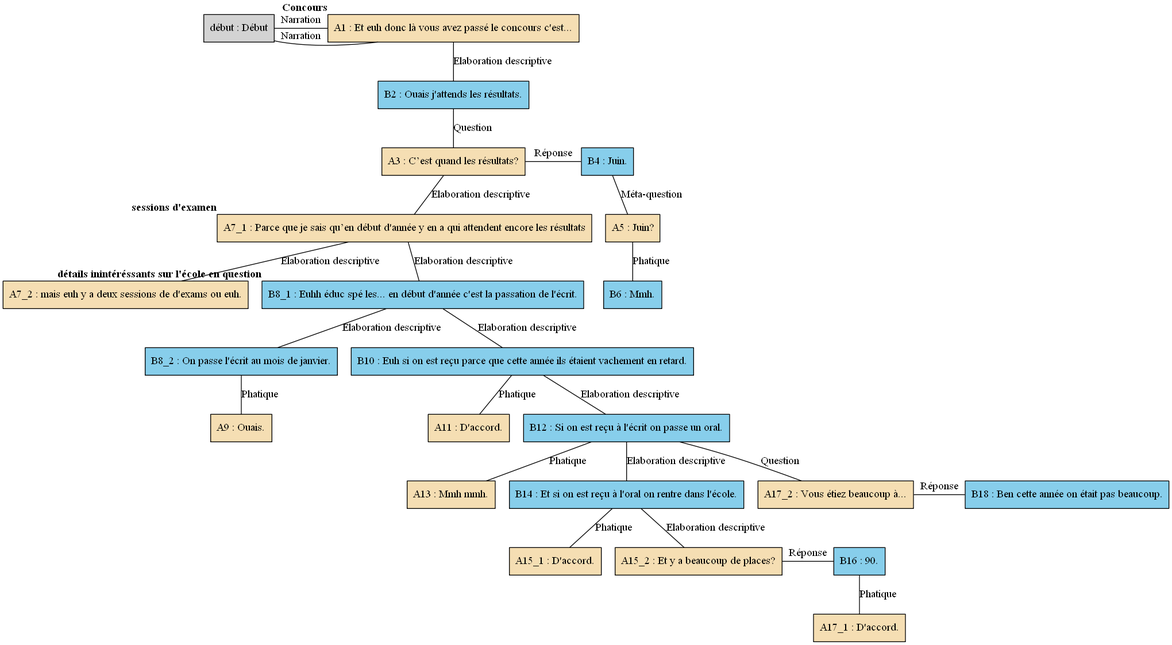
Before: arbres/Concours/Concours_-_E13.gv.png, a diagram exported from Graphviz (AlaixComet/AnnotationSlamPTut). Its source is kept beside it as arbres/Concours/Concours_-_E13.gv. The source it was exported from:
```dot
digraph E13 {
	node [shape=box style=filled]
	"début" [label="début : Début" xlabel=""]
	A1 [label="A1 : Et euh donc là vous avez passé le concours c'est..." fillcolor=wheat xlabel=<<B>Concours</B>>]
	B2 [label="B2 : Ouais j'attends les résultats." fillcolor=skyblue xlabel=""]
	A3 [label="A3 : C’est quand les résultats?" fillcolor=wheat xlabel=""]
	B4 [label="B4 : Juin." fillcolor=skyblue xlabel=""]
	A5 [label="A5 : Juin?" fillcolor=wheat xlabel=""]
	B6 [label="B6 : Mmh." fillcolor=skyblue xlabel=""]
	A7_1 [label="A7_1 : Parce que je sais qu’en début d'année y en a qui attendent encore les résultats" fillcolor=wheat xlabel=<<B>sessions d'examen</B>>]
	A7_2 [label="A7_2 : mais euh y a deux sessions de d'exams ou euh." fillcolor=wheat xlabel=""]
	B8_1 [label="B8_1 : Euhh éduc spé les... en début d'année c'est la passation de l'écrit." fillcolor=skyblue xlabel=<<B>détails inintéréssants sur l'école en question</B>>]
	B8_2 [label="B8_2 : On passe l'écrit au mois de janvier." fillcolor=skyblue xlabel=""]
	A9 [label="A9 : Ouais." fillcolor=wheat xlabel=""]
	B10 [label="B10 : Euh si on est reçu parce que cette année ils étaient vachement en retard." fillcolor=skyblue xlabel=""]
	A11 [label="A11 : D'accord." fillcolor=wheat xlabel=""]
	B12 [label="B12 : Si on est reçu à l'écrit on passe un oral." fillcolor=skyblue xlabel=""]
	A13 [label="A13 : Mmh mmh." fillcolor=wheat xlabel=""]
	B14 [label="B14 : Et si on est reçu à l'oral on rentre dans l'école." fillcolor=skyblue xlabel=""]
	A15_1 [label="A15_1 : D'accord." fillcolor=wheat xlabel=""]
	A15_2 [label="A15_2 : Et y a beaucoup de places?" fillcolor=wheat xlabel=""]
	B16 [label="B16 : 90." fillcolor=skyblue xlabel=""]
	A17_1 [label="A17_1 : D'accord." fillcolor=wheat xlabel=""]
	A17_2 [label="A17_2 : Vous étiez beaucoup à..." fillcolor=wheat xlabel=""]
	B18 [label="B18 : Ben cette année on était pas beaucoup." fillcolor=skyblue xlabel=""]
	{
		rank=same
		"début"
		A1
		"début" -> A1 [label=Narration dir=none]
	}
	{
		rank=same
		"début"
		A1
		"début" -> A1 [label=Narration dir=none]
	}
	A1 -> B2 [label="Elaboration descriptive" dir=none]
	B2 -> A3 [label=Question dir=none]
	{
		rank=same
		A3
		B4
		A3 -> B4 [label="Réponse" dir=none]
	}
	B4 -> A5 [label="Méta-question" dir=none]
	A5 -> B6 [label=Phatique dir=none]
	A3 -> A7_1 [label="Elaboration descriptive" dir=none]
	A7_1 -> A7_2 [label="Elaboration descriptive" dir=none]
	A7_1 -> B8_1 [label="Elaboration descriptive" dir=none]
	B8_1 -> B8_2 [label="Elaboration descriptive" dir=none]
	B8_2 -> A9 [label=Phatique dir=none]
	B8_1 -> B10 [label="Elaboration descriptive" dir=none]
	B10 -> A11 [label=Phatique dir=none]
	B12 -> A13 [label=Phatique dir=none]
	B14 -> A15_1 [label=Phatique dir=none]
	B16 -> A17_1 [label=Phatique dir=none]
	B10 -> B12 [label="Elaboration descriptive" dir=none]
	B12 -> B14 [label="Elaboration descriptive" dir=none]
	B14 -> A15_2 [label="Elaboration descriptive" dir=none]
	B12 -> A17_2 [label=Question dir=none]
	{
		rank=same
		A17_2
		B18
		A17_2 -> B18 [label="Réponse" dir=none]
	}
	{
		rank=same
		A15_2
		B16
		A15_2 -> B16 [label="Réponse" dir=none]
	}
}
```
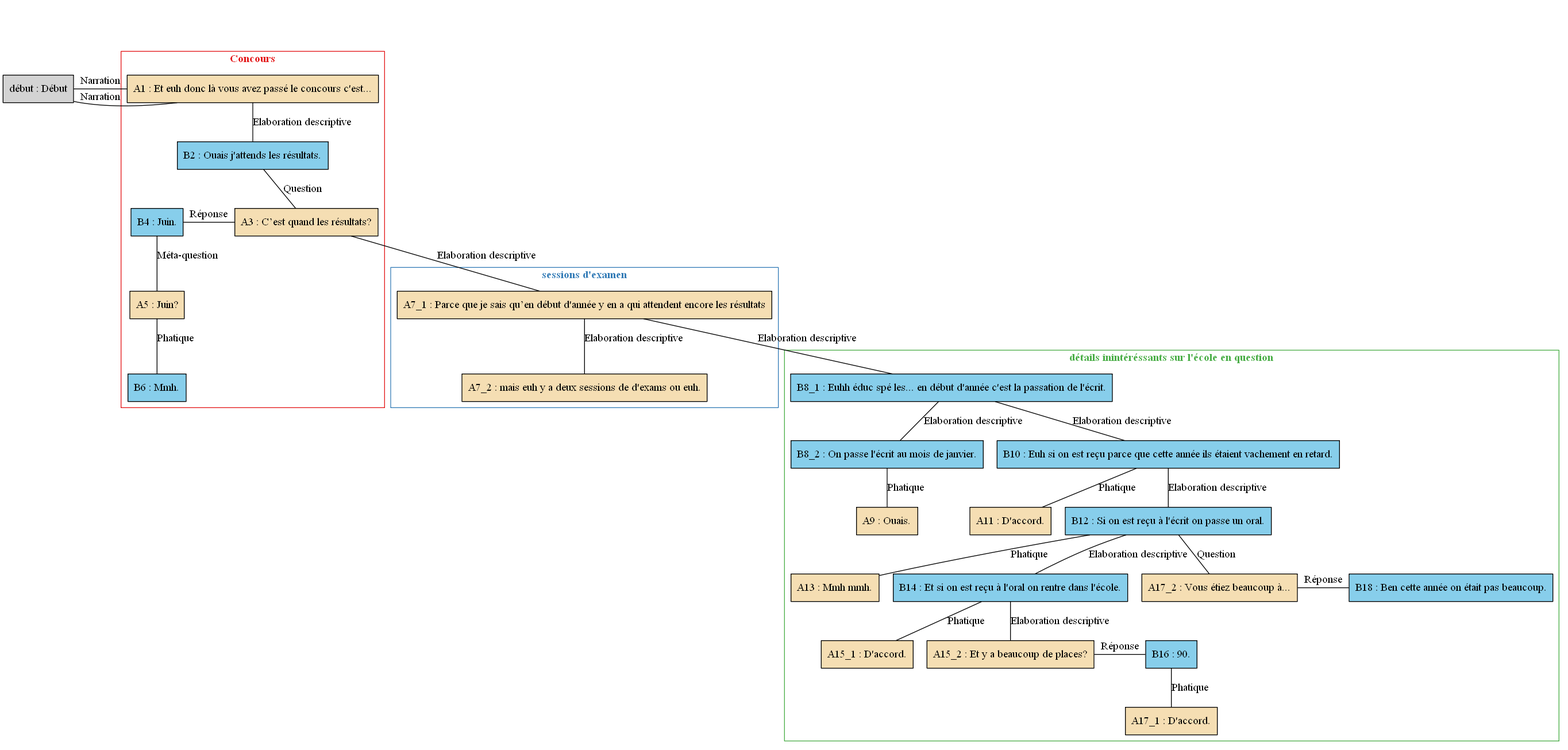
The same diagram one commit later.

Change to the diagram source:
```diff
@@ -1,74 +1,97 @@
 digraph E13 {
 	node [shape=box style=filled]
-	"début" [label="début : Début" xlabel=""]
-	A1 [label="A1 : Et euh donc là vous avez passé le concours c'est..." fillcolor=wheat xlabel=<<B>Concours</B>>]
-	B2 [label="B2 : Ouais j'attends les résultats." fillcolor=skyblue xlabel=""]
-	A3 [label="A3 : C’est quand les résultats?" fillcolor=wheat xlabel=""]
-	B4 [label="B4 : Juin." fillcolor=skyblue xlabel=""]
-	A5 [label="A5 : Juin?" fillcolor=wheat xlabel=""]
-	B6 [label="B6 : Mmh." fillcolor=skyblue xlabel=""]
-	A7_1 [label="A7_1 : Parce que je sais qu’en début d'année y en a qui attendent encore les résultats" fillcolor=wheat xlabel=<<B>sessions d'examen</B>>]
-	A7_2 [label="A7_2 : mais euh y a deux sessions de d'exams ou euh." fillcolor=wheat xlabel=""]
-	B8_1 [label="B8_1 : Euhh éduc spé les... en début d'année c'est la passation de l'écrit." fillcolor=skyblue xlabel=<<B>détails inintéréssants sur l'école en question</B>>]
-	B8_2 [label="B8_2 : On passe l'écrit au mois de janvier." fillcolor=skyblue xlabel=""]
-	A9 [label="A9 : Ouais." fillcolor=wheat xlabel=""]
-	B10 [label="B10 : Euh si on est reçu parce que cette année ils étaient vachement en retard." fillcolor=skyblue xlabel=""]
-	A11 [label="A11 : D'accord." fillcolor=wheat xlabel=""]
-	B12 [label="B12 : Si on est reçu à l'écrit on passe un oral." fillcolor=skyblue xlabel=""]
-	A13 [label="A13 : Mmh mmh." fillcolor=wheat xlabel=""]
-	B14 [label="B14 : Et si on est reçu à l'oral on rentre dans l'école." fillcolor=skyblue xlabel=""]
-	A15_1 [label="A15_1 : D'accord." fillcolor=wheat xlabel=""]
-	A15_2 [label="A15_2 : Et y a beaucoup de places?" fillcolor=wheat xlabel=""]
-	B16 [label="B16 : 90." fillcolor=skyblue xlabel=""]
-	A17_1 [label="A17_1 : D'accord." fillcolor=wheat xlabel=""]
-	A17_2 [label="A17_2 : Vous étiez beaucoup à..." fillcolor=wheat xlabel=""]
-	B18 [label="B18 : Ben cette année on était pas beaucoup." fillcolor=skyblue xlabel=""]
-	{
-		rank=same
-		"début"
+	newrank=true
+	zero [style=invis]
+	"début" [label="début : Début"]
+	A1 [label="A1 : Et euh donc là vous avez passé le concours c'est..." fillcolor=wheat]
+	B2 [label="B2 : Ouais j'attends les résultats." fillcolor=skyblue]
+	A3 [label="A3 : C’est quand les résultats?" fillcolor=wheat]
+	B4 [label="B4 : Juin." fillcolor=skyblue]
+	A5 [label="A5 : Juin?" fillcolor=wheat]
+	B6 [label="B6 : Mmh." fillcolor=skyblue]
+	A7_1 [label="A7_1 : Parce que je sais qu’en début d'année y en a qui attendent encore les résultats" fillcolor=wheat]
+	A7_2 [label="A7_2 : mais euh y a deux sessions de d'exams ou euh." fillcolor=wheat]
+	B8_1 [label="B8_1 : Euhh éduc spé les... en début d'année c'est la passation de l'écrit." fillcolor=skyblue]
+	B8_2 [label="B8_2 : On passe l'écrit au mois de janvier." fillcolor=skyblue]
+	A9 [label="A9 : Ouais." fillcolor=wheat]
+	B10 [label="B10 : Euh si on est reçu parce que cette année ils étaient vachement en retard." fillcolor=skyblue]
+	A11 [label="A11 : D'accord." fillcolor=wheat]
+	B12 [label="B12 : Si on est reçu à l'écrit on passe un oral." fillcolor=skyblue]
+	A13 [label="A13 : Mmh mmh." fillcolor=wheat]
+	B14 [label="B14 : Et si on est reçu à l'oral on rentre dans l'école." fillcolor=skyblue]
+	A15_1 [label="A15_1 : D'accord." fillcolor=wheat]
+	A15_2 [label="A15_2 : Et y a beaucoup de places?" fillcolor=wheat]
+	B16 [label="B16 : 90." fillcolor=skyblue]
+	A17_1 [label="A17_1 : D'accord." fillcolor=wheat]
+	A17_2 [label="A17_2 : Vous étiez beaucoup à..." fillcolor=wheat]
+	B18 [label="B18 : Ben cette année on était pas beaucoup." fillcolor=skyblue]
+	zero -> "début" [label="" style=invis]
+	zero -> A1 [style=invis weight=1]
+	"début" -> A1 [label=Narration constraint=false dir=none]
+	zero -> A1 [style=invis weight=1]
+	"début" -> A1 [label=Narration constraint=false dir=none]
+	A1 -> B2 [label="Elaboration descriptive" dir=none weight=2]
+	B2 -> A3 [label=Question dir=none weight=2]
+	B2 -> B4 [style=invis weight=1]
+	A3 -> B4 [label="Réponse" constraint=false dir=none]
+	B4 -> A5 [label="Méta-question" dir=none weight=2]
+	A5 -> B6 [label=Phatique dir=none weight=2]
+	A3 -> A7_1 [label="Elaboration descriptive" dir=none weight=2]
+	A7_1 -> A7_2 [label="Elaboration descriptive" dir=none weight=2]
+	A7_1 -> B8_1 [label="Elaboration descriptive" dir=none weight=2]
+	B8_1 -> B8_2 [label="Elaboration descriptive" dir=none weight=2]
+	B8_2 -> A9 [label=Phatique dir=none weight=2]
+	B8_1 -> B10 [label="Elaboration descriptive" dir=none weight=2]
+	B10 -> A11 [label=Phatique dir=none weight=2]
+	B12 -> A13 [label=Phatique dir=none weight=2]
+	B14 -> A15_1 [label=Phatique dir=none weight=2]
+	B16 -> A17_1 [label=Phatique dir=none weight=2]
+	B10 -> B12 [label="Elaboration descriptive" dir=none weight=2]
+	B12 -> B14 [label="Elaboration descriptive" dir=none weight=2]
+	B14 -> A15_2 [label="Elaboration descriptive" dir=none weight=2]
+	B12 -> A17_2 [label=Question dir=none weight=2]
+	B12 -> B18 [style=invis weight=1]
+	A17_2 -> B18 [label="Réponse" constraint=false dir=none]
+	B14 -> B16 [style=invis weight=1]
+	A15_2 -> B16 [label="Réponse" constraint=false dir=none]
+	subgraph cluster_1 {
+		label=<<B>Concours</B>>
+		colorscheme=set19
+		color=1
+		fontcolor=1
 		A1
-		"début" -> A1 [label=Narration dir=none]
-	}
-	{
-		rank=same
-		"début"
-		A1
-		"début" -> A1 [label=Narration dir=none]
-	}
-	A1 -> B2 [label="Elaboration descriptive" dir=none]
-	B2 -> A3 [label=Question dir=none]
-	{
-		rank=same
+		B2
 		A3
 		B4
-		A3 -> B4 [label="Réponse" dir=none]
+		A5
+		B6
 	}
-	B4 -> A5 [label="Méta-question" dir=none]
-	A5 -> B6 [label=Phatique dir=none]
-	A3 -> A7_1 [label="Elaboration descriptive" dir=none]
-	A7_1 -> A7_2 [label="Elaboration descriptive" dir=none]
-	A7_1 -> B8_1 [label="Elaboration descriptive" dir=none]
-	B8_1 -> B8_2 [label="Elaboration descriptive" dir=none]
-	B8_2 -> A9 [label=Phatique dir=none]
-	B8_1 -> B10 [label="Elaboration descriptive" dir=none]
-	B10 -> A11 [label=Phatique dir=none]
-	B12 -> A13 [label=Phatique dir=none]
-	B14 -> A15_1 [label=Phatique dir=none]
-	B16 -> A17_1 [label=Phatique dir=none]
-	B10 -> B12 [label="Elaboration descriptive" dir=none]
-	B12 -> B14 [label="Elaboration descriptive" dir=none]
-	B14 -> A15_2 [label="Elaboration descriptive" dir=none]
-	B12 -> A17_2 [label=Question dir=none]
-	{
-		rank=same
+	subgraph cluster_2 {
+		label=<<B>sessions d'examen</B>>
+		colorscheme=set19
+		color=2
+		fontcolor=2
+		A7_1
+		A7_2
+	}
+	subgraph cluster_3 {
+		label=<<B>détails inintéréssants sur l'école en question</B>>
+		colorscheme=set19
+		color=3
+		fontcolor=3
+		B8_1
+		B8_2
+		A9
+		B10
+		A11
+		B12
+		A13
+		B14
+		A15_1
+		A15_2
+		B16
+		A17_1
 		A17_2
 		B18
-		A17_2 -> B18 [label="Réponse" dir=none]
-	}
-	{
-		rank=same
-		A15_2
-		B16
-		A15_2 -> B16 [label="Réponse" dir=none]
 	}
 }
```
